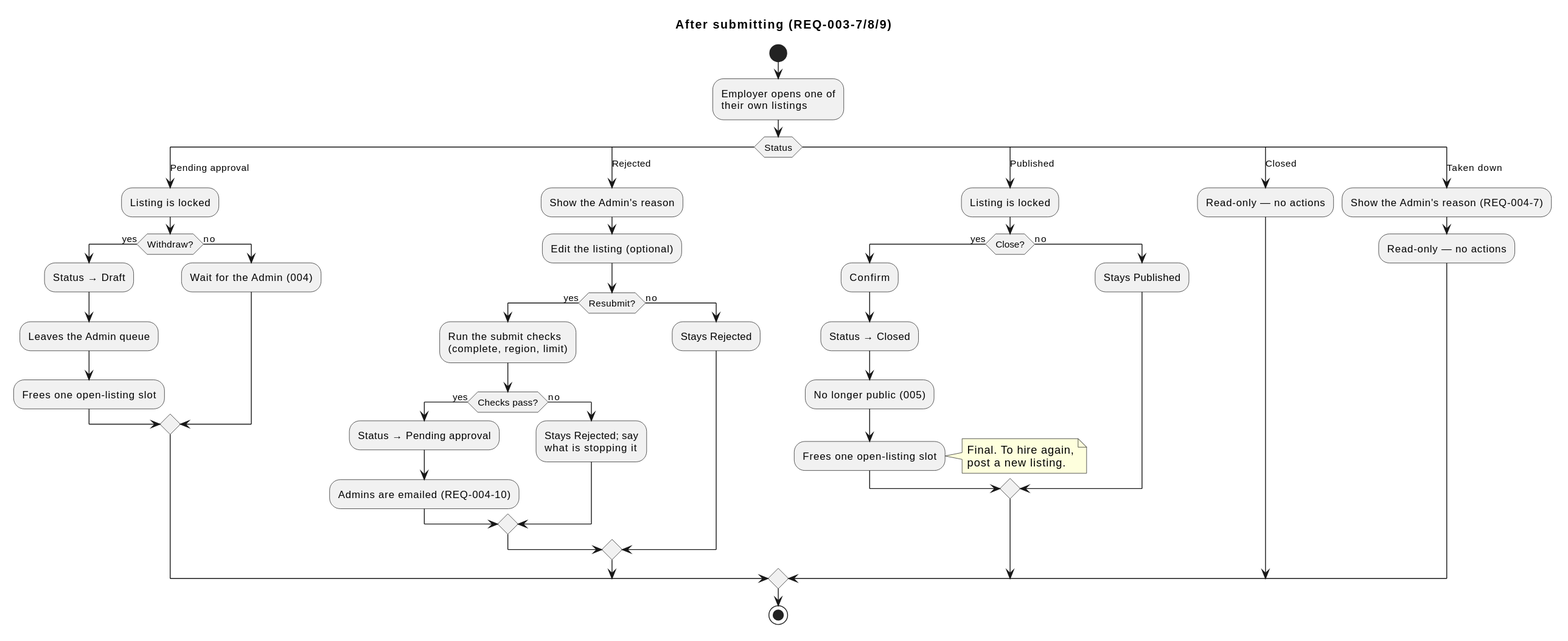
Before: docs/specs/003-listings-employer-posting/diagrams/activity-after-submitting.svg, a diagram exported from PlantUML (raseniero/jairojobs-elixir).
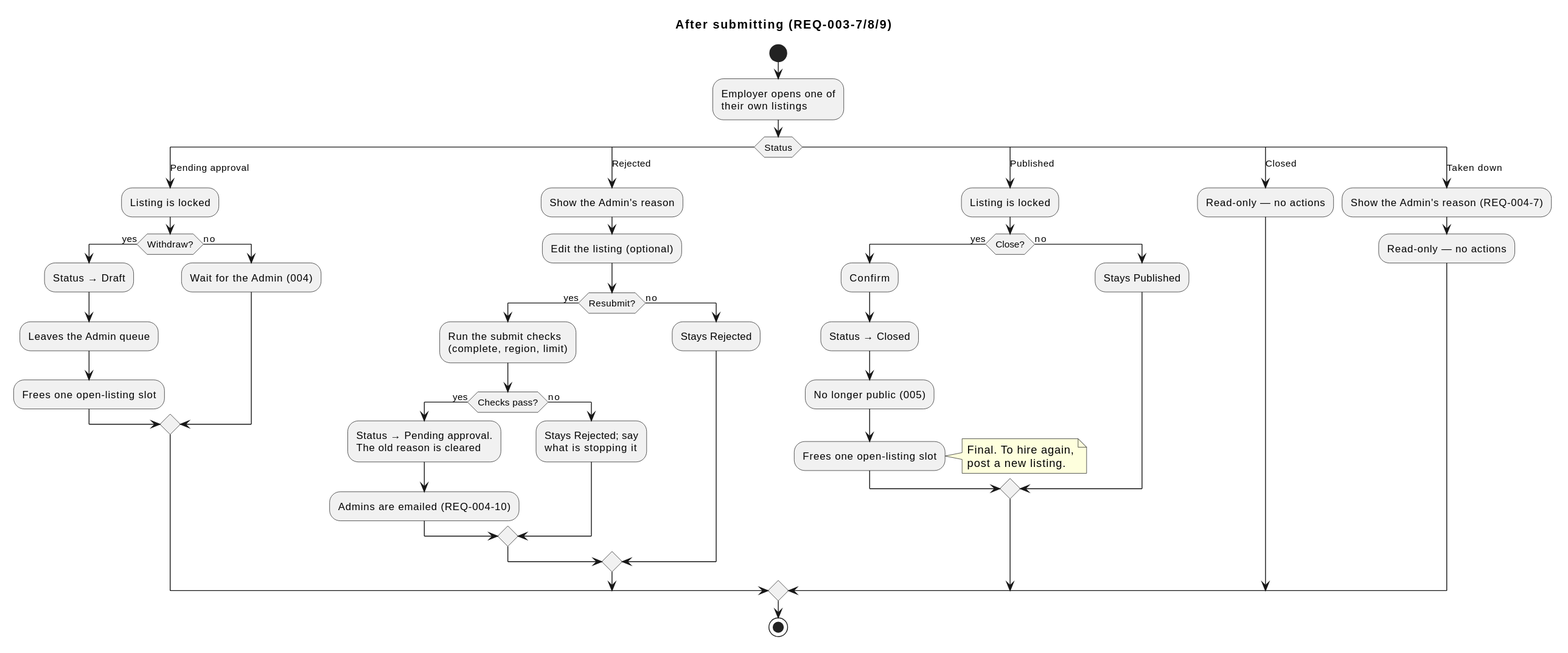
After the commit.

Diff of the diagram source:
```diff
@@ -21,7 +21,8 @@
     :Run the submit checks
     (complete, region, limit);
     if (Checks pass?) then (yes)
-      :Status → Pending approval;
+      :Status → Pending approval.
+      The old reason is cleared;
       :Admins are emailed (REQ-004-10);
     else (no)
       :Stays Rejected; say
```
